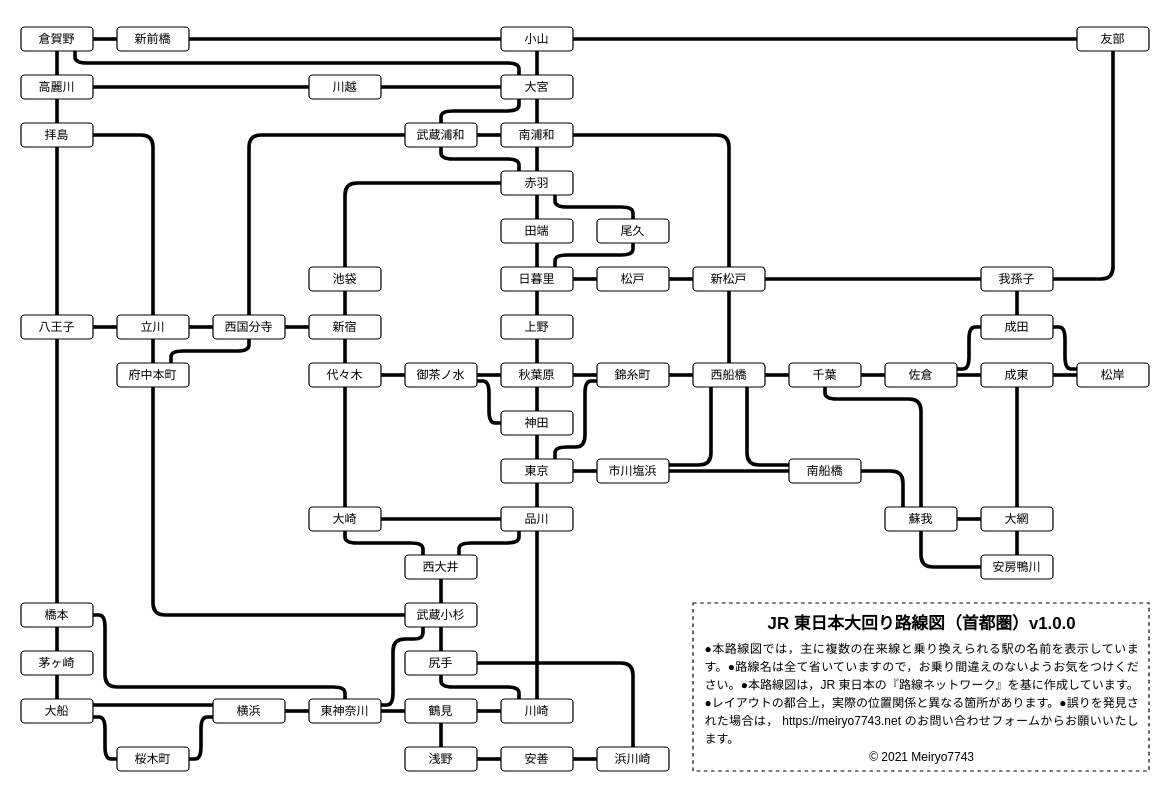
Before: Untitled Diagram.drawio in Meiryo7743/railway-maps-for-omawari, a draw.io diagram. Source tidied: cells renumbered, new cells numbered last; positions are measured from the earlier drawing's top-left corner, leaving out a move shared by most shapes. Both pictures are drawn from the tidied source at 120%, with x=0, y=0 at pixel (20, 26).
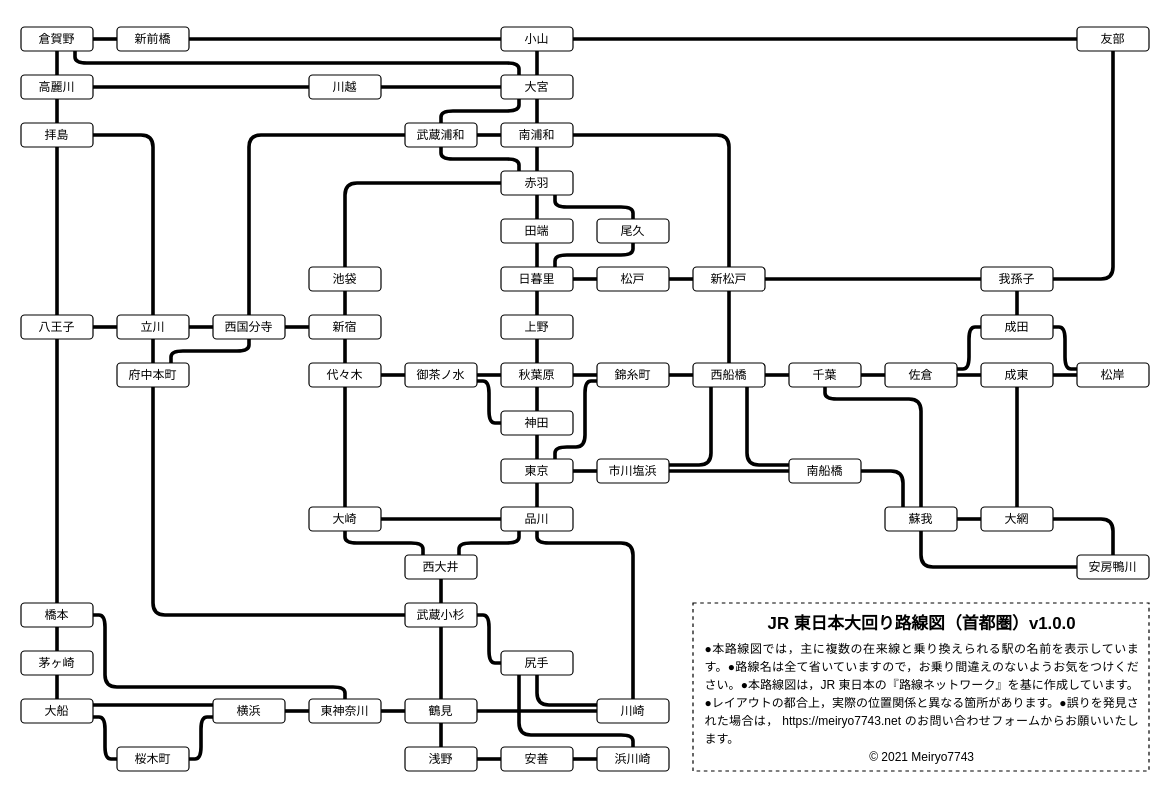
After the change.

Unchanged cells that the change refers to:
```xml
<mxCell id="10" value="&lt;p style=&quot;line-height: 100%&quot;&gt;東神奈川&lt;/p&gt;" style="whiteSpace=wrap;html=1;fontSize=10;fontFamily=Roboto, Source Han Sans;spacing=0;fontStyle=0;rounded=1;" parent="1" vertex="1">
  <mxGeometry x="240" y="560" width="60" height="20" as="geometry" />
</mxCell>
<mxCell id="13" value="&lt;p style=&quot;line-height: 100%&quot;&gt;鶴見&lt;/p&gt;" style="whiteSpace=wrap;html=1;fontSize=10;fontFamily=Roboto, Source Han Sans;spacing=0;fontStyle=0;rounded=1;" parent="1" vertex="1">
  <mxGeometry x="320" y="560" width="60" height="20" as="geometry" />
</mxCell>
<mxCell id="14" value="&lt;p style=&quot;line-height: 100%&quot;&gt;武蔵小杉&lt;/p&gt;" style="whiteSpace=wrap;html=1;fontSize=10;fontFamily=Roboto, Source Han Sans;spacing=0;fontStyle=0;rounded=1;" parent="1" vertex="1">
  <mxGeometry x="320" y="480" width="60" height="20" as="geometry" />
</mxCell>
<mxCell id="15" value="&lt;p style=&quot;line-height: 100%&quot;&gt;品川&lt;/p&gt;" style="whiteSpace=wrap;html=1;fontSize=10;fontFamily=Roboto, Source Han Sans;spacing=0;fontStyle=0;rounded=1;" parent="1" vertex="1">
  <mxGeometry x="400" y="400" width="60" height="20" as="geometry" />
</mxCell>
<mxCell id="48" value="&lt;p style=&quot;line-height: 100%&quot;&gt;大網&lt;/p&gt;" style="whiteSpace=wrap;html=1;fontSize=10;fontFamily=Roboto, Source Han Sans;spacing=0;fontStyle=0;rounded=1;" parent="1" vertex="1">
  <mxGeometry x="800" y="400" width="60" height="20" as="geometry" />
</mxCell>
<mxCell id="135" value="&lt;p style=&quot;line-height: 100%&quot;&gt;浜川崎&lt;/p&gt;" style="whiteSpace=wrap;html=1;fontSize=10;fontFamily=Roboto, Source Han Sans;spacing=0;fontStyle=0;rounded=1;" parent="1" vertex="1">
  <mxGeometry x="480" y="600" width="60" height="20" as="geometry" />
</mxCell>
```

What changed in the source:
```diff
@@
     <mxCell id="12" value="&lt;p style=&quot;line-height: 100%&quot;&gt;川崎&lt;/p&gt;" style="whiteSpace=wrap;html=1;fontSize=10;fontFamily=Roboto, Source Han Sans;spacing=0;fontStyle=0;rounded=1;" parent="1" vertex="1">
-      <mxGeometry x="400" y="560" width="60" height="20" as="geometry" />
+      <mxGeometry x="480" y="560" width="60" height="20" as="geometry" />
     </mxCell>
@@
     <mxCell id="28" value="&lt;p style=&quot;line-height: 100%&quot;&gt;安房鴨川&lt;/p&gt;" style="whiteSpace=wrap;html=1;fontSize=10;fontFamily=Roboto, Source Han Sans;spacing=0;fontStyle=0;rounded=1;" parent="1" vertex="1">
-      <mxGeometry x="800" y="440" width="60" height="20" as="geometry" />
+      <mxGeometry x="880" y="440" width="60" height="20" as="geometry" />
     </mxCell>
@@
-    <mxCell id="78" style="endArrow=none;html=1;fontSize=10;exitX=0.5;exitY=1;exitDx=0;exitDy=0;entryX=0.5;entryY=0;entryDx=0;entryDy=0;fontFamily=Roboto, Source Han Sans;strokeWidth=3;" parent="1" edge="1" source="14" target="144">
-      <mxGeometry relative="1" as="geometry" />
+    <mxCell id="78" style="endArrow=none;html=1;fontSize=10;exitX=1;exitY=0.5;exitDx=0;exitDy=0;entryX=0;entryY=0.5;entryDx=0;entryDy=0;fontFamily=Roboto, Source Han Sans;strokeWidth=3;" parent="1" edge="1" source="14" target="144">
+      <mxGeometry relative="1" as="geometry">
+        <Array as="points">
+          <mxPoint x="390" y="490" />
+          <mxPoint x="390" y="530" />
+        </Array>
+      </mxGeometry>
     </mxCell>
-    <mxCell id="79" style="endArrow=none;html=1;fontSize=10;entryX=0.5;entryY=1;entryDx=0;entryDy=0;exitX=0.25;exitY=0;exitDx=0;exitDy=0;fontFamily=Roboto, Source Han Sans;strokeWidth=3;" parent="1" edge="1" source="12" target="144">
+    <mxCell id="79" style="endArrow=none;html=1;fontSize=10;entryX=0.5;entryY=1;entryDx=0;entryDy=0;exitX=0;exitY=0.25;exitDx=0;exitDy=0;fontFamily=Roboto, Source Han Sans;strokeWidth=3;" parent="1" edge="1" source="12" target="144">
       <mxGeometry relative="1" as="geometry">
         <Array as="points">
-          <mxPoint x="415" y="550" />
-          <mxPoint x="350" y="550" />
+          <mxPoint x="430" y="565" />
         </Array>
       </mxGeometry>
     </mxCell>
@@
-    <mxCell id="81" style="endArrow=none;html=1;fontSize=10;exitX=0.5;exitY=0;exitDx=0;exitDy=0;entryX=0.5;entryY=1;entryDx=0;entryDy=0;fontFamily=Roboto, Source Han Sans;strokeWidth=3;" parent="1" edge="1" source="12" target="15">
+    <mxCell id="81" style="endArrow=none;html=1;fontSize=10;entryX=0.5;entryY=1;entryDx=0;entryDy=0;fontFamily=Roboto, Source Han Sans;strokeWidth=3;exitX=0.5;exitY=0;exitDx=0;exitDy=0;" parent="1" edge="1" source="12" target="15">
       <mxGeometry relative="1" as="geometry">
         <Array as="points">
+          <mxPoint x="510" y="430" />
           <mxPoint x="430" y="430" />
         </Array>
       </mxGeometry>
     </mxCell>
@@
-    <mxCell id="91" style="endArrow=none;html=1;fontSize=10;entryX=0.25;entryY=1;entryDx=0;entryDy=0;exitX=1;exitY=0.25;exitDx=0;exitDy=0;fontFamily=Roboto, Source Han Sans;strokeWidth=3;" parent="1" edge="1" source="10" target="14">
+    <mxCell id="91" style="endArrow=none;html=1;fontSize=10;exitX=0.5;exitY=0;exitDx=0;exitDy=0;fontFamily=Roboto, Source Han Sans;strokeWidth=3;entryX=0.5;entryY=1;entryDx=0;entryDy=0;" parent="1" edge="1" source="13" target="14">
       <mxGeometry relative="1" as="geometry">
         <Array as="points">
-          <mxPoint x="310" y="565" />
-          <mxPoint x="310" y="510" />
-          <mxPoint x="335" y="510" />
+          <mxPoint x="350" y="540" />
         </Array>
       </mxGeometry>
     </mxCell>
@@
-    <mxCell id="99" style="endArrow=none;html=1;fontSize=10;entryX=0;entryY=0.5;entryDx=0;entryDy=0;exitX=1;exitY=0.5;exitDx=0;exitDy=0;fontFamily=Roboto, Source Han Sans;strokeWidth=3;" parent="1" edge="1" source="13" target="12">
+    <mxCell id="99" style="endArrow=none;html=1;fontSize=10;fontFamily=Roboto, Source Han Sans;strokeWidth=3;exitX=1;exitY=0.5;exitDx=0;exitDy=0;entryX=0;entryY=0.5;entryDx=0;entryDy=0;" parent="1" edge="1" source="13" target="12">
       <mxGeometry relative="1" as="geometry" />
     </mxCell>
@@
-    <mxCell id="125" style="endArrow=none;html=1;fontSize=10;entryX=0.5;entryY=1;entryDx=0;entryDy=0;exitX=0.5;exitY=0;exitDx=0;exitDy=0;fontFamily=Roboto, Source Han Sans;strokeWidth=3;" parent="1" edge="1" source="28" target="48">
-      <mxGeometry relative="1" as="geometry" />
+    <mxCell id="125" style="endArrow=none;html=1;fontSize=10;entryX=1;entryY=0.5;entryDx=0;entryDy=0;exitX=0.5;exitY=0;exitDx=0;exitDy=0;fontFamily=Roboto, Source Han Sans;strokeWidth=3;" parent="1" edge="1" source="28" target="48">
+      <mxGeometry relative="1" as="geometry">
+        <Array as="points">
+          <mxPoint x="910" y="410" />
+        </Array>
+      </mxGeometry>
     </mxCell>
@@
-    <mxCell id="139" style="endArrow=none;html=1;fontSize=10;exitX=0.5;exitY=0;exitDx=0;exitDy=0;entryX=1;entryY=0.5;entryDx=0;entryDy=0;fontFamily=Roboto, Source Han Sans;strokeWidth=3;" parent="1" edge="1" source="135" target="144">
+    <mxCell id="139" style="endArrow=none;html=1;fontSize=10;fontFamily=Roboto, Source Han Sans;strokeWidth=3;exitX=0.5;exitY=0;exitDx=0;exitDy=0;entryX=0.25;entryY=1;entryDx=0;entryDy=0;" parent="1" edge="1" source="135" target="144">
       <mxGeometry relative="1" as="geometry">
         <Array as="points">
-          <mxPoint x="510" y="530" />
+          <mxPoint x="510" y="590" />
+          <mxPoint x="415" y="590" />
         </Array>
       </mxGeometry>
     </mxCell>
@@
     <mxCell id="144" value="&lt;p style=&quot;line-height: 100%&quot;&gt;尻手&lt;/p&gt;" style="whiteSpace=wrap;html=1;fontSize=10;fontFamily=Roboto, Source Han Sans;spacing=0;fontStyle=0;rounded=1;" parent="1" vertex="1">
-      <mxGeometry x="320" y="520" width="60" height="20" as="geometry" />
+      <mxGeometry x="400" y="520" width="60" height="20" as="geometry" />
     </mxCell>
```
